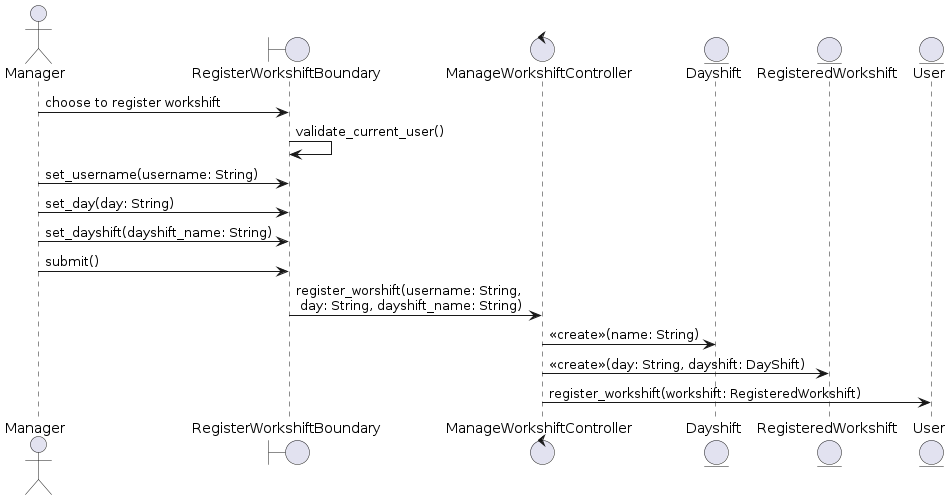
LapTQ/MCT keeps this PlantUML diagram as docs/UML/Sequence Diagrams/register-workshift.png. Above is the earlier version.
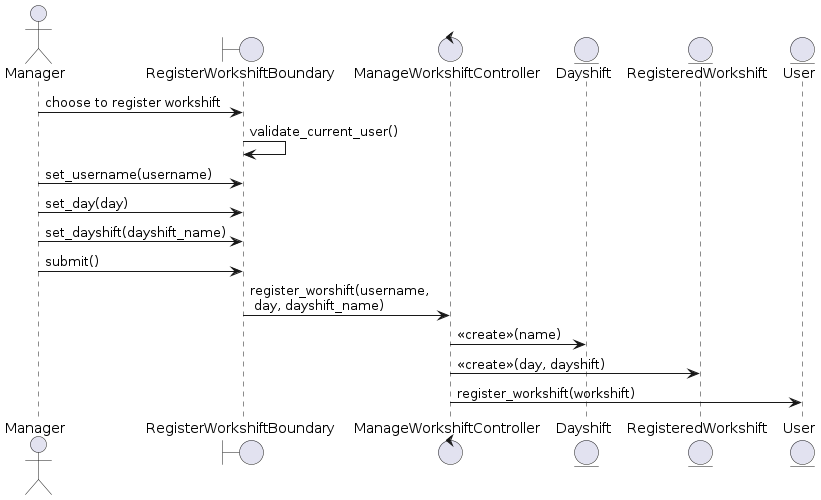
The same file after the commit.

What changed in the source:
```diff
@@ -9,14 +9,14 @@
 
 A -> B2: choose to register workshift
 B2 -> B2: validate_current_user()
-A -> B2: set_username(username: String)
-A -> B2: set_day(day: String)
-A -> B2: set_dayshift(dayshift_name: String)
+A -> B2: set_username(username)
+A -> B2: set_day(day)
+A -> B2: set_dayshift(dayshift_name)
 A -> B2: submit()
-B2 -> C: register_worshift(username: String, \n day: String, dayshift_name: String)
-C -> E1: <<create>>(name: String)
-C -> E2: <<create>>(day: String, dayshift: DayShift)
-C -> E3: register_workshift(workshift: RegisteredWorkshift)
+B2 -> C: register_worshift(username, \n day, dayshift_name)
+C -> E1: <<create>>(name)
+C -> E2: <<create>>(day, dayshift)
+C -> E3: register_workshift(workshift)
 
 
 
```
